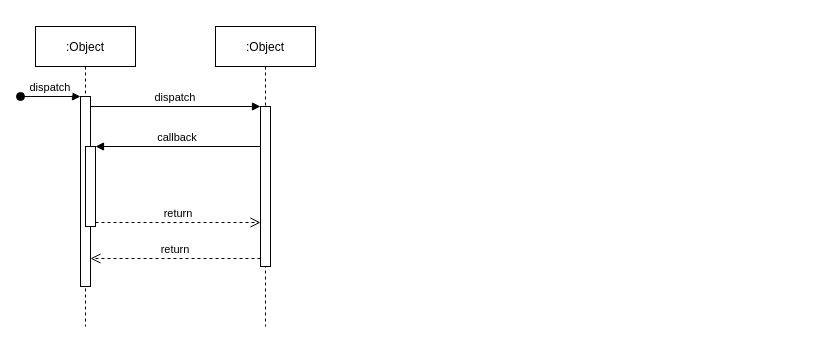
Above: 3.DB설계/제목 없는 다이어그램.drawio in ostrichick/MaruProject (draw.io), before the change. Source tidied: cells renumbered, new cells numbered last; positions are measured from the earlier drawing's top-left corner, leaving out a move shared by most shapes. Both pictures are drawn from the tidied source at 100%, with x=0, y=0 at pixel (20, 26).
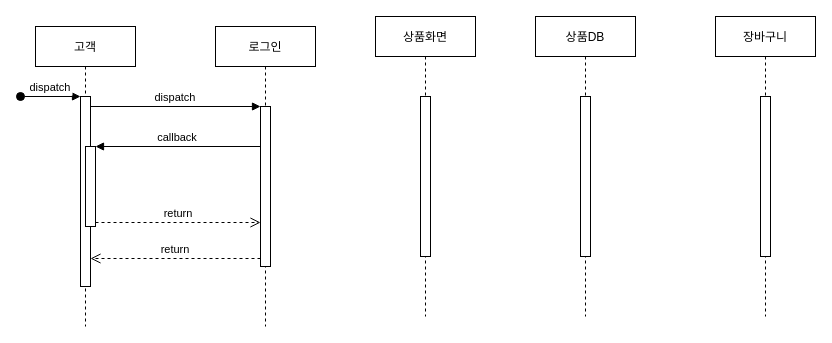
The same diagram, later.

Commit message:
제목 없는 다이어그램.drawio 업데이트

The edit, as a diff of the source:
```diff
@@
 <mxGraphModel>
   <root>
     <mxCell id="0" />
     <mxCell id="1" parent="0" />
-    <mxCell id="2" value=":Object" style="shape=umlLifeline;perimeter=lifelinePerimeter;rounded=0;shadow=0;strokeWidth=1;" parent="1" vertex="1">
+    <mxCell id="2" value="고객" style="shape=umlLifeline;perimeter=lifelinePerimeter;rounded=0;shadow=0;strokeWidth=1;" parent="1" vertex="1">
       <mxGeometry x="15" width="100" height="300" as="geometry" />
     </mxCell>
     <mxCell id="3" style="points=[];perimeter=orthogonalPerimeter;rounded=0;shadow=0;strokeWidth=1;" parent="2" vertex="1">
       <mxGeometry x="45" y="70" width="10" height="190" as="geometry" />
     </mxCell>
     <mxCell id="4" value="dispatch" style="verticalAlign=bottom;startArrow=oval;endArrow=block;startSize=8;shadow=0;strokeWidth=1;" parent="2" edge="1" target="3">
       <mxGeometry relative="1" as="geometry">
         <mxPoint x="-15" y="70" as="sourcePoint" />
       </mxGeometry>
     </mxCell>
     <mxCell id="5" style="points=[];perimeter=orthogonalPerimeter;rounded=0;shadow=0;strokeWidth=1;" parent="2" vertex="1">
       <mxGeometry x="50" y="120" width="10" height="80" as="geometry" />
     </mxCell>
-    <mxCell id="6" value=":Object" style="shape=umlLifeline;perimeter=lifelinePerimeter;rounded=0;shadow=0;strokeWidth=1;" parent="1" vertex="1">
+    <mxCell id="6" value="로그인" style="shape=umlLifeline;perimeter=lifelinePerimeter;rounded=0;shadow=0;strokeWidth=1;" parent="1" vertex="1">
       <mxGeometry x="195" width="100" height="300" as="geometry" />
     </mxCell>
     <mxCell id="7" style="points=[];perimeter=orthogonalPerimeter;rounded=0;shadow=0;strokeWidth=1;" parent="6" vertex="1">
       <mxGeometry x="45" y="80" width="10" height="160" as="geometry" />
     </mxCell>
     <mxCell id="8" value="return" style="verticalAlign=bottom;endArrow=open;dashed=1;endSize=8;exitX=0;exitY=0.95;shadow=0;strokeWidth=1;" parent="1" edge="1" source="7" target="3">
       <mxGeometry relative="1" as="geometry" />
     </mxCell>
     <mxCell id="9" value="dispatch" style="verticalAlign=bottom;endArrow=block;entryX=0;entryY=0;shadow=0;strokeWidth=1;" parent="1" edge="1" source="3" target="7">
       <mxGeometry relative="1" as="geometry" />
     </mxCell>
     <mxCell id="10" value="callback" style="verticalAlign=bottom;endArrow=block;entryX=1;entryY=0;shadow=0;strokeWidth=1;" parent="1" edge="1" source="7" target="5">
       <mxGeometry relative="1" as="geometry" />
     </mxCell>
     <mxCell id="11" value="return" style="verticalAlign=bottom;endArrow=open;dashed=1;endSize=8;exitX=1;exitY=0.95;shadow=0;strokeWidth=1;" parent="1" edge="1" source="5" target="7">
       <mxGeometry relative="1" as="geometry" />
     </mxCell>
+    <mxCell id="12" value="상품화면" style="shape=umlLifeline;perimeter=lifelinePerimeter;rounded=0;shadow=0;strokeWidth=1;" parent="1" vertex="1">
+      <mxGeometry x="355" y="-10" width="100" height="300" as="geometry" />
+    </mxCell>
+    <mxCell id="13" style="perimeter=orthogonalPerimeter;rounded=0;shadow=0;strokeWidth=1;" parent="12" vertex="1">
+      <mxGeometry x="45" y="80" width="10" height="160" as="geometry" />
+    </mxCell>
+    <mxCell id="14" value="상품DB" style="shape=umlLifeline;perimeter=lifelinePerimeter;rounded=0;shadow=0;strokeWidth=1;" parent="1" vertex="1">
+      <mxGeometry x="515" y="-10" width="100" height="300" as="geometry" />
+    </mxCell>
+    <mxCell id="15" style="perimeter=orthogonalPerimeter;rounded=0;shadow=0;strokeWidth=1;" parent="14" vertex="1">
+      <mxGeometry x="45" y="80" width="10" height="160" as="geometry" />
+    </mxCell>
+    <mxCell id="16" value="장바구니" style="shape=umlLifeline;perimeter=lifelinePerimeter;rounded=0;shadow=0;strokeWidth=1;" parent="1" vertex="1">
+      <mxGeometry x="695" y="-10" width="100" height="300" as="geometry" />
+    </mxCell>
+    <mxCell id="17" style="perimeter=orthogonalPerimeter;rounded=0;shadow=0;strokeWidth=1;" parent="16" vertex="1">
+      <mxGeometry x="45" y="80" width="10" height="160" as="geometry" />
+    </mxCell>
   </root>
 </mxGraphModel>
```
